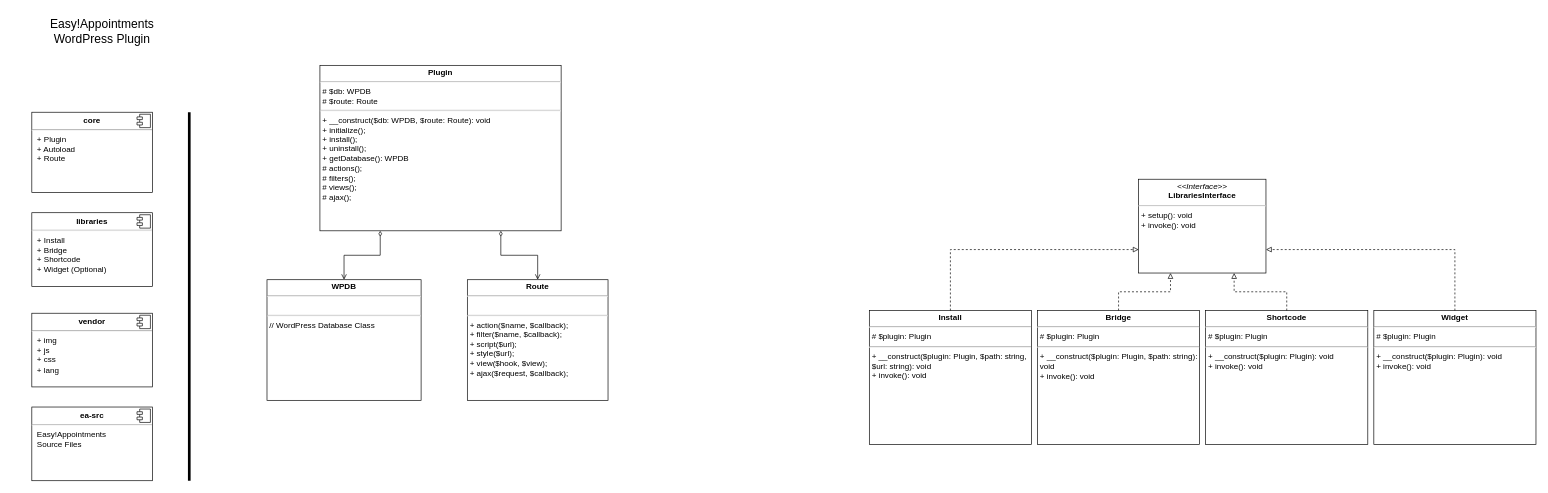
alextselegidis/easyappointments-wordpress keeps this draw.io diagram as doc/class-diagram.drawio.xml. Above is the earlier version. Source tidied: cells renumbered, new cells numbered last; positions are measured from the earlier drawing's top-left corner, leaving out a move shared by most shapes. Both pictures are drawn from the tidied source at 67%, with x=0, y=0 at pixel (11, 11).
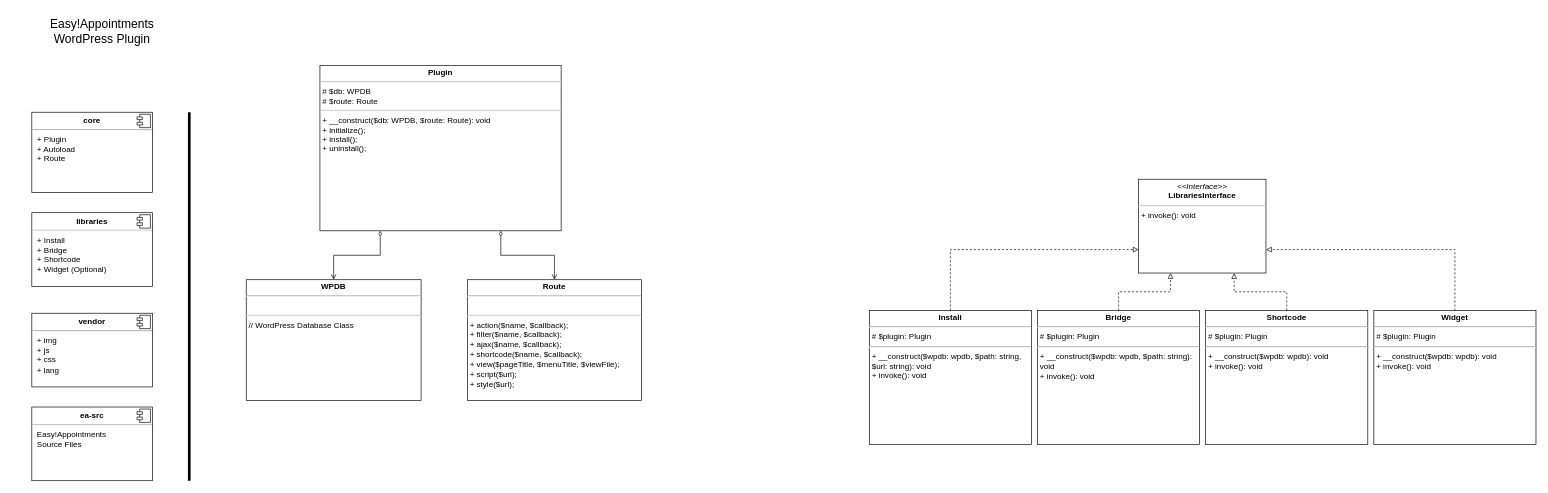
Above is the later version.

Diff of the diagram source:
```diff
@@
-    <mxCell id="3" value="&lt;p style=&quot;margin: 0px ; margin-top: 4px ; text-align: center&quot;&gt;&lt;b&gt;Plugin&lt;/b&gt;&lt;/p&gt;&lt;hr&gt;&lt;p style=&quot;margin: 0px ; margin-left: 4px&quot;&gt;# $db: WPDB&lt;/p&gt;&lt;p style=&quot;margin: 0px ; margin-left: 4px&quot;&gt;# $route: Route&lt;/p&gt;&lt;hr&gt;&lt;p style=&quot;margin: 0px ; margin-left: 4px&quot;&gt;+ __construct($db: WPDB, $route: Route): void&lt;/p&gt;&lt;p style=&quot;margin: 0px ; margin-left: 4px&quot;&gt;+ initialize();&lt;/p&gt;&lt;p style=&quot;margin: 0px ; margin-left: 4px&quot;&gt;+ install();&lt;/p&gt;&lt;p style=&quot;margin: 0px ; margin-left: 4px&quot;&gt;+ uninstall();&lt;/p&gt;&lt;p style=&quot;margin: 0px ; margin-left: 4px&quot;&gt;+ getDatabase(): WPDB&lt;/p&gt;&lt;p style=&quot;margin: 0px ; margin-left: 4px&quot;&gt;# actions();&lt;/p&gt;&lt;p style=&quot;margin: 0px ; margin-left: 4px&quot;&gt;# filters();&lt;/p&gt;&lt;p style=&quot;margin: 0px ; margin-left: 4px&quot;&gt;# views();&amp;nbsp;&lt;/p&gt;&lt;p style=&quot;margin: 0px ; margin-left: 4px&quot;&gt;# ajax();&lt;/p&gt;" style="verticalAlign=top;align=left;overflow=fill;fontSize=12;fontFamily=Helvetica;html=1;whiteSpace=wrap;" parent="1" vertex="1">
+    <mxCell id="3" value="&lt;p style=&quot;margin: 0px ; margin-top: 4px ; text-align: center&quot;&gt;&lt;b&gt;Plugin&lt;/b&gt;&lt;/p&gt;&lt;hr&gt;&lt;p style=&quot;margin: 0px ; margin-left: 4px&quot;&gt;# $db: WPDB&lt;/p&gt;&lt;p style=&quot;margin: 0px ; margin-left: 4px&quot;&gt;# $route: Route&lt;/p&gt;&lt;hr&gt;&lt;p style=&quot;margin: 0px ; margin-left: 4px&quot;&gt;+ __construct($db: WPDB, $route: Route): void&lt;/p&gt;&lt;p style=&quot;margin: 0px ; margin-left: 4px&quot;&gt;+ initialize();&lt;/p&gt;&lt;p style=&quot;margin: 0px ; margin-left: 4px&quot;&gt;+ install();&lt;/p&gt;&lt;p style=&quot;margin: 0px ; margin-left: 4px&quot;&gt;+ uninstall();&lt;/p&gt;" style="verticalAlign=top;align=left;overflow=fill;fontSize=12;fontFamily=Helvetica;html=1;whiteSpace=wrap;" parent="1" vertex="1">
       <mxGeometry x="460" y="80" width="360" height="247" as="geometry" />
     </mxCell>
@@
-    <mxCell id="13" value="&lt;p style=&quot;margin: 0px ; margin-top: 4px ; text-align: center&quot;&gt;&lt;b&gt;Install&lt;/b&gt;&lt;/p&gt;&lt;hr&gt;&lt;p style=&quot;margin: 0px ; margin-left: 4px&quot;&gt;&lt;span style=&quot;line-height: 15.1199998855591px&quot;&gt;# $plugin: Plugin&lt;/span&gt;&lt;br&gt;&lt;/p&gt;&lt;hr&gt;&lt;p style=&quot;margin: 0px ; margin-left: 4px&quot;&gt;+ __construct($plugin: Plugin, $path: string, $url: string): void&lt;/p&gt;&lt;p style=&quot;margin: 0px ; margin-left: 4px&quot;&gt;+ invoke(): void&lt;/p&gt;" style="verticalAlign=top;align=left;overflow=fill;fontSize=12;fontFamily=Helvetica;html=1;whiteSpace=wrap;" parent="1" vertex="1">
+    <mxCell id="13" value="&lt;p style=&quot;margin: 0px ; margin-top: 4px ; text-align: center&quot;&gt;&lt;b&gt;Install&lt;/b&gt;&lt;/p&gt;&lt;hr&gt;&lt;p style=&quot;margin: 0px ; margin-left: 4px&quot;&gt;&lt;span style=&quot;line-height: 15.1199998855591px&quot;&gt;# $plugin: Plugin&lt;/span&gt;&lt;br&gt;&lt;/p&gt;&lt;hr&gt;&lt;p style=&quot;margin: 0px ; margin-left: 4px&quot;&gt;+ __construct($wpdb: wpdb, $path: string, $url: string): void&lt;/p&gt;&lt;p style=&quot;margin: 0px ; margin-left: 4px&quot;&gt;+ invoke(): void&lt;/p&gt;" style="verticalAlign=top;align=left;overflow=fill;fontSize=12;fontFamily=Helvetica;html=1;whiteSpace=wrap;" parent="1" vertex="1">
       <mxGeometry x="1280" y="446" width="242" height="200" as="geometry" />
     </mxCell>
-    <mxCell id="14" value="&lt;p style=&quot;margin: 0px ; margin-top: 4px ; text-align: center&quot;&gt;&lt;b&gt;Bridge&lt;/b&gt;&lt;/p&gt;&lt;hr&gt;&lt;p style=&quot;margin: 0px ; margin-left: 4px&quot;&gt;&lt;span style=&quot;line-height: 15.1199998855591px&quot;&gt;# $plugin: Plugin&lt;/span&gt;&lt;br&gt;&lt;/p&gt;&lt;hr&gt;&lt;p style=&quot;line-height: 15.1199998855591px ; margin: 0px 0px 0px 4px&quot;&gt;+ __construct($plugin: Plugin, $path: string): void&lt;/p&gt;&lt;p style=&quot;line-height: 15.1199998855591px ; margin: 0px 0px 0px 4px&quot;&gt;+ invoke(): void&lt;/p&gt;" style="verticalAlign=top;align=left;overflow=fill;fontSize=12;fontFamily=Helvetica;html=1;whiteSpace=wrap;" parent="1" vertex="1">
+    <mxCell id="14" value="&lt;p style=&quot;margin: 0px ; margin-top: 4px ; text-align: center&quot;&gt;&lt;b&gt;Bridge&lt;/b&gt;&lt;/p&gt;&lt;hr&gt;&lt;p style=&quot;margin: 0px ; margin-left: 4px&quot;&gt;&lt;span style=&quot;line-height: 15.1199998855591px&quot;&gt;# $plugin: Plugin&lt;/span&gt;&lt;br&gt;&lt;/p&gt;&lt;hr&gt;&lt;p style=&quot;line-height: 15.1199998855591px ; margin: 0px 0px 0px 4px&quot;&gt;+ __construct($wpdb: wpdb, $path: string): void&lt;/p&gt;&lt;p style=&quot;line-height: 15.1199998855591px ; margin: 0px 0px 0px 4px&quot;&gt;+ invoke(): void&lt;/p&gt;" style="verticalAlign=top;align=left;overflow=fill;fontSize=12;fontFamily=Helvetica;html=1;whiteSpace=wrap;" parent="1" vertex="1">
       <mxGeometry x="1531" y="446" width="242" height="200" as="geometry" />
     </mxCell>
-    <mxCell id="15" value="&lt;p style=&quot;margin: 0px ; margin-top: 4px ; text-align: center&quot;&gt;&lt;i&gt;&amp;lt;&amp;lt;Interface&amp;gt;&amp;gt;&lt;/i&gt;&lt;br&gt;&lt;b&gt;LibrariesInterface&lt;/b&gt;&lt;/p&gt;&lt;hr&gt;&lt;p style=&quot;margin: 0px ; margin-left: 4px&quot;&gt;&lt;/p&gt;&lt;p style=&quot;margin: 0px ; margin-left: 4px&quot;&gt;&lt;span style=&quot;line-height: 15.1199998855591px&quot;&gt;+ setup(): void&lt;/span&gt;&lt;br&gt;&lt;/p&gt;&lt;p style=&quot;margin: 0px ; margin-left: 4px&quot;&gt;+ invoke(): void&lt;/p&gt;&lt;p style=&quot;margin: 0px ; margin-left: 4px&quot;&gt;&lt;br&gt;&lt;/p&gt;" style="verticalAlign=top;align=left;overflow=fill;fontSize=12;fontFamily=Helvetica;html=1;" parent="1" vertex="1">
+    <mxCell id="15" value="&lt;p style=&quot;margin: 0px ; margin-top: 4px ; text-align: center&quot;&gt;&lt;i&gt;&amp;lt;&amp;lt;Interface&amp;gt;&amp;gt;&lt;/i&gt;&lt;br&gt;&lt;b&gt;LibrariesInterface&lt;/b&gt;&lt;/p&gt;&lt;hr&gt;&lt;p style=&quot;margin: 0px ; margin-left: 4px&quot;&gt;&lt;/p&gt;&lt;p style=&quot;margin: 0px ; margin-left: 4px&quot;&gt;&lt;span style=&quot;line-height: 1.26&quot;&gt;+ invoke(): void&lt;/span&gt;&lt;br&gt;&lt;/p&gt;&lt;p style=&quot;margin: 0px ; margin-left: 4px&quot;&gt;&lt;br&gt;&lt;/p&gt;" style="verticalAlign=top;align=left;overflow=fill;fontSize=12;fontFamily=Helvetica;html=1;" parent="1" vertex="1">
       <mxGeometry x="1682" y="250" width="190" height="140" as="geometry" />
     </mxCell>
@@
-    <mxCell id="18" value="&lt;p style=&quot;margin: 0px ; margin-top: 4px ; text-align: center&quot;&gt;&lt;b&gt;Shortcode&lt;/b&gt;&lt;/p&gt;&lt;hr&gt;&lt;p style=&quot;margin: 0px ; margin-left: 4px&quot;&gt;&lt;span style=&quot;line-height: 15.1199998855591px&quot;&gt;# $plugin: Plugin&lt;/span&gt;&lt;br&gt;&lt;/p&gt;&lt;hr&gt;&lt;p style=&quot;line-height: 15.1199998855591px ; margin: 0px 0px 0px 4px&quot;&gt;+ __construct($plugin: Plugin): void&lt;/p&gt;&lt;p style=&quot;line-height: 15.1199998855591px ; margin: 0px 0px 0px 4px&quot;&gt;+ invoke(): void&lt;/p&gt;" style="verticalAlign=top;align=left;overflow=fill;fontSize=12;fontFamily=Helvetica;html=1;whiteSpace=wrap;" parent="1" vertex="1">
+    <mxCell id="18" value="&lt;p style=&quot;margin: 0px ; margin-top: 4px ; text-align: center&quot;&gt;&lt;b&gt;Shortcode&lt;/b&gt;&lt;/p&gt;&lt;hr&gt;&lt;p style=&quot;margin: 0px ; margin-left: 4px&quot;&gt;&lt;span style=&quot;line-height: 15.1199998855591px&quot;&gt;# $plugin: Plugin&lt;/span&gt;&lt;br&gt;&lt;/p&gt;&lt;hr&gt;&lt;p style=&quot;line-height: 15.1199998855591px ; margin: 0px 0px 0px 4px&quot;&gt;+ __construct($wpdb: wpdb): void&lt;/p&gt;&lt;p style=&quot;line-height: 15.1199998855591px ; margin: 0px 0px 0px 4px&quot;&gt;+ invoke(): void&lt;/p&gt;" style="verticalAlign=top;align=left;overflow=fill;fontSize=12;fontFamily=Helvetica;html=1;whiteSpace=wrap;" parent="1" vertex="1">
       <mxGeometry x="1782" y="446" width="242" height="200" as="geometry" />
     </mxCell>
-    <mxCell id="19" value="&lt;p style=&quot;margin: 0px ; margin-top: 4px ; text-align: center&quot;&gt;&lt;b&gt;Widget&lt;/b&gt;&lt;/p&gt;&lt;hr&gt;&lt;p style=&quot;margin: 0px ; margin-left: 4px&quot;&gt;&lt;span style=&quot;line-height: 15.1199998855591px&quot;&gt;# $plugin: Plugin&lt;/span&gt;&lt;br&gt;&lt;/p&gt;&lt;hr&gt;&lt;p style=&quot;line-height: 15.1199998855591px ; margin: 0px 0px 0px 4px&quot;&gt;+ __construct($plugin: Plugin): void&lt;/p&gt;&lt;p style=&quot;line-height: 15.1199998855591px ; margin: 0px 0px 0px 4px&quot;&gt;+ invoke(): void&lt;/p&gt;" style="verticalAlign=top;align=left;overflow=fill;fontSize=12;fontFamily=Helvetica;html=1;whiteSpace=wrap;" parent="1" vertex="1">
+    <mxCell id="19" value="&lt;p style=&quot;margin: 0px ; margin-top: 4px ; text-align: center&quot;&gt;&lt;b&gt;Widget&lt;/b&gt;&lt;/p&gt;&lt;hr&gt;&lt;p style=&quot;margin: 0px ; margin-left: 4px&quot;&gt;&lt;span style=&quot;line-height: 15.1199998855591px&quot;&gt;# $plugin: Plugin&lt;/span&gt;&lt;br&gt;&lt;/p&gt;&lt;hr&gt;&lt;p style=&quot;line-height: 15.1199998855591px ; margin: 0px 0px 0px 4px&quot;&gt;+ __construct($wpdb: wpdb): void&lt;/p&gt;&lt;p style=&quot;line-height: 15.1199998855591px ; margin: 0px 0px 0px 4px&quot;&gt;+ invoke(): void&lt;/p&gt;" style="verticalAlign=top;align=left;overflow=fill;fontSize=12;fontFamily=Helvetica;html=1;whiteSpace=wrap;" parent="1" vertex="1">
       <mxGeometry x="2033" y="446" width="242" height="200" as="geometry" />
     </mxCell>
@@
     <mxCell id="22" value="&lt;p style=&quot;margin: 0px ; margin-top: 4px ; text-align: center&quot;&gt;&lt;b&gt;WPDB&lt;/b&gt;&lt;/p&gt;&lt;hr&gt;&lt;p style=&quot;margin: 0px ; margin-left: 4px&quot;&gt;&lt;br&gt;&lt;/p&gt;&lt;hr&gt;&lt;p style=&quot;margin: 0px ; margin-left: 4px&quot;&gt;// WordPress Database Class&lt;/p&gt;&lt;p style=&quot;margin: 0px ; margin-left: 4px&quot;&gt;&lt;br&gt;&lt;/p&gt;" style="verticalAlign=top;align=left;overflow=fill;fontSize=12;fontFamily=Helvetica;html=1;whiteSpace=wrap;" parent="1" vertex="1">
-      <mxGeometry x="381" y="400" width="230" height="180" as="geometry" />
+      <mxGeometry x="350" y="400" width="261" height="180" as="geometry" />
     </mxCell>
@@
-    <mxCell id="24" value="&lt;p style=&quot;margin: 0px ; margin-top: 4px ; text-align: center&quot;&gt;&lt;b&gt;Route&lt;/b&gt;&lt;/p&gt;&lt;hr&gt;&lt;p style=&quot;margin: 0px ; margin-left: 4px&quot;&gt;&lt;br&gt;&lt;/p&gt;&lt;hr&gt;&lt;p style=&quot;margin: 0px ; margin-left: 4px&quot;&gt;+ action($name, $callback);&lt;/p&gt;&lt;p style=&quot;margin: 0px ; margin-left: 4px&quot;&gt;+ filter($name, $callback);&lt;/p&gt;&lt;p style=&quot;margin: 0px ; margin-left: 4px&quot;&gt;+ script($url);&amp;nbsp;&lt;/p&gt;&lt;p style=&quot;margin: 0px ; margin-left: 4px&quot;&gt;+ style($url);&lt;/p&gt;&lt;p style=&quot;margin: 0px ; margin-left: 4px&quot;&gt;+ view($hook, $view);&lt;/p&gt;&lt;p style=&quot;margin: 0px ; margin-left: 4px&quot;&gt;+ ajax($request, $callback);&lt;/p&gt;&lt;p style=&quot;margin: 0px ; margin-left: 4px&quot;&gt;&lt;br&gt;&lt;/p&gt;" style="verticalAlign=top;align=left;overflow=fill;fontSize=12;fontFamily=Helvetica;html=1;whiteSpace=wrap;" parent="1" vertex="1">
-      <mxGeometry x="680" y="400" width="210" height="180" as="geometry" />
+    <mxCell id="24" value="&lt;p style=&quot;margin: 0px ; margin-top: 4px ; text-align: center&quot;&gt;&lt;b&gt;Route&lt;/b&gt;&lt;/p&gt;&lt;hr&gt;&lt;p style=&quot;margin: 0px ; margin-left: 4px&quot;&gt;&lt;br&gt;&lt;/p&gt;&lt;hr&gt;&lt;p style=&quot;margin: 0px ; margin-left: 4px&quot;&gt;+ action($name, $callback);&lt;/p&gt;&lt;p style=&quot;margin: 0px ; margin-left: 4px&quot;&gt;+ filter($name, $callback);&lt;/p&gt;&lt;p style=&quot;line-height: 15.1199998855591px ; margin: 0px 0px 0px 4px&quot;&gt;+ ajax($name, $callback);&lt;/p&gt;&lt;p style=&quot;line-height: 15.1199998855591px ; margin: 0px 0px 0px 4px&quot;&gt;+ shortcode($name, $callback);&lt;/p&gt;&lt;p style=&quot;margin: 0px ; margin-left: 4px&quot;&gt;&lt;span style=&quot;line-height: 15.1199998855591px&quot;&gt;+ view($pageTitle, $menuTitle, $viewFile);&lt;/span&gt;&lt;br&gt;&lt;/p&gt;&lt;p style=&quot;margin: 0px ; margin-left: 4px&quot;&gt;+ script($url);&amp;nbsp;&lt;/p&gt;&lt;p style=&quot;margin: 0px ; margin-left: 4px&quot;&gt;+ style($url);&lt;/p&gt;&lt;p style=&quot;margin: 0px ; margin-left: 4px&quot;&gt;&lt;br&gt;&lt;/p&gt;&lt;p style=&quot;margin: 0px ; margin-left: 4px&quot;&gt;&lt;br&gt;&lt;/p&gt;&lt;p style=&quot;margin: 0px ; margin-left: 4px&quot;&gt;&lt;br&gt;&lt;/p&gt;" style="verticalAlign=top;align=left;overflow=fill;fontSize=12;fontFamily=Helvetica;html=1;whiteSpace=wrap;" parent="1" vertex="1">
+      <mxGeometry x="680" y="400" width="260" height="180" as="geometry" />
     </mxCell>
```
